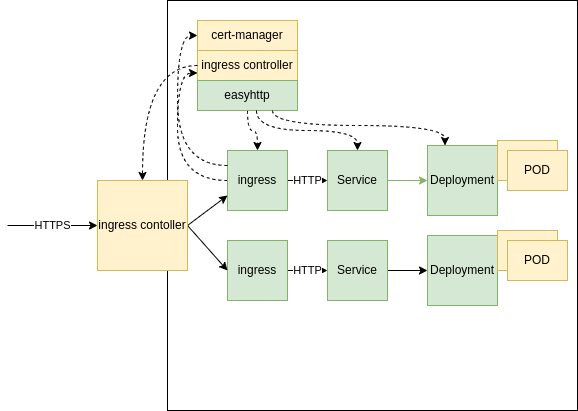
The draw.io diagram docs/easyhttp.png in akosbalogh005/easyhttp, before a commit. Source tidied: cells renumbered, new cells last; positions are measured from the earlier drawing's top-left corner, leaving out a move shared by most shapes.
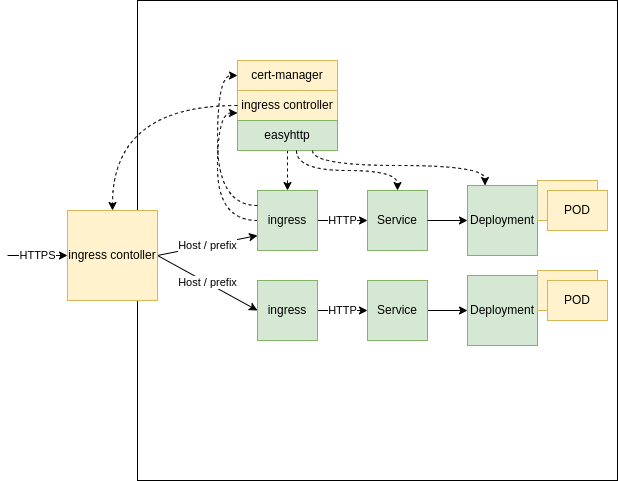
After the change.

Diff of the diagram source:
```diff
@@ -3,7 +3,7 @@
     <mxCell id="0" />
     <mxCell id="1" parent="0" />
     <mxCell id="2" style="whiteSpace=wrap;html=1;" parent="1" vertex="1">
-      <mxGeometry x="160" width="410" height="410" as="geometry" />
+      <mxGeometry x="90" y="-40" width="480" height="480" as="geometry" />
     </mxCell>
     <mxCell id="3" style="edgeStyle=orthogonalEdgeStyle;rounded=0;jettySize=auto;html=1;entryX=0;entryY=0.75;entryDx=0;entryDy=0;exitX=0;exitY=0.5;exitDx=0;exitDy=0;dashed=1;curved=1;" parent="1" edge="1" source="16" target="5">
       <mxGeometry relative="1" as="geometry" />
@@ -20,9 +20,6 @@
     <mxCell id="7" value="easyhttp" style="rounded=0;whiteSpace=wrap;html=1;fillColor=#d5e8d4;strokeColor=#82b366;" parent="1" vertex="1">
       <mxGeometry x="190" y="80" width="100" height="30" as="geometry" />
     </mxCell>
-    <mxCell id="8" style="edgeStyle=orthogonalEdgeStyle;rounded=0;jettySize=auto;html=1;entryX=0;entryY=0.5;entryDx=0;entryDy=0;fillColor=#d5e8d4;strokeColor=#82b366;" parent="1" edge="1" source="9" target="12">
-      <mxGeometry relative="1" as="geometry" />
-    </mxCell>
     <mxCell id="9" value="Service" style="whiteSpace=wrap;html=1;fillColor=#d5e8d4;strokeColor=#82b366;" parent="1" vertex="1">
       <mxGeometry x="320" y="150" width="60" height="60" as="geometry" />
     </mxCell>
@@ -45,13 +42,13 @@
       <mxGeometry relative="1" as="geometry" />
     </mxCell>
     <mxCell id="16" value="ingress" style="whiteSpace=wrap;html=1;fillColor=#d5e8d4;strokeColor=#82b366;" parent="1" vertex="1">
-      <mxGeometry x="220" y="150" width="60" height="60" as="geometry" />
+      <mxGeometry x="210" y="150" width="60" height="60" as="geometry" />
     </mxCell>
     <mxCell id="17" value="HTTP" style="edgeStyle=orthogonalEdgeStyle;rounded=0;jettySize=auto;html=1;exitX=1;exitY=0.5;exitDx=0;exitDy=0;entryX=0;entryY=0.5;entryDx=0;entryDy=0;" parent="1" edge="1" source="18" target="11">
       <mxGeometry relative="1" as="geometry" />
     </mxCell>
     <mxCell id="18" value="ingress" style="whiteSpace=wrap;html=1;fillColor=#d5e8d4;strokeColor=#82b366;" parent="1" vertex="1">
-      <mxGeometry x="220" y="240" width="60" height="60" as="geometry" />
+      <mxGeometry x="210" y="240" width="60" height="60" as="geometry" />
     </mxCell>
     <mxCell id="19" style="edgeStyle=orthogonalEdgeStyle;rounded=0;jettySize=auto;html=1;dashed=1;curved=1;exitX=0.59;exitY=1;exitDx=0;exitDy=0;exitPerimeter=0;" parent="1" edge="1" source="7" target="9">
       <mxGeometry relative="1" as="geometry" />
@@ -64,19 +61,19 @@
         </Array>
       </mxGeometry>
     </mxCell>
-    <mxCell id="21" style="rounded=0;jettySize=auto;html=1;entryX=0;entryY=0.75;entryDx=0;entryDy=0;exitX=1;exitY=0.5;exitDx=0;exitDy=0;" parent="1" edge="1" source="24" target="16">
+    <mxCell id="21" value="Host / prefix" style="rounded=0;jettySize=auto;html=1;entryX=0;entryY=0.75;entryDx=0;entryDy=0;exitX=1;exitY=0.5;exitDx=0;exitDy=0;" parent="1" edge="1" source="24" target="16">
       <mxGeometry relative="1" as="geometry" />
     </mxCell>
-    <mxCell id="22" style="rounded=0;jettySize=auto;html=1;exitX=1;exitY=0.5;exitDx=0;exitDy=0;entryX=0;entryY=0.5;entryDx=0;entryDy=0;" parent="1" edge="1" source="24" target="18">
+    <mxCell id="22" value="Host / prefix" style="rounded=0;jettySize=auto;html=1;exitX=1;exitY=0.5;exitDx=0;exitDy=0;entryX=0;entryY=0.5;entryDx=0;entryDy=0;" parent="1" edge="1" source="24" target="18">
       <mxGeometry relative="1" as="geometry" />
     </mxCell>
     <mxCell id="23" value="HTTPS" style="edgeStyle=orthogonalEdgeStyle;rounded=0;jettySize=auto;html=1;" parent="1" edge="1" target="24">
       <mxGeometry relative="1" as="geometry">
-        <mxPoint y="225" as="sourcePoint" />
+        <mxPoint x="-40" y="215" as="sourcePoint" />
       </mxGeometry>
     </mxCell>
     <mxCell id="24" value="ingress contoller" style="whiteSpace=wrap;html=1;fillColor=#fff2cc;strokeColor=#d6b656;" parent="1" vertex="1">
-      <mxGeometry x="90" y="180" width="90" height="90" as="geometry" />
+      <mxGeometry x="20" y="170" width="90" height="90" as="geometry" />
     </mxCell>
     <mxCell id="25" value="POD" style="rounded=0;whiteSpace=wrap;html=1;fillColor=#fff2cc;strokeColor=#d6b656;" parent="1" vertex="1">
       <mxGeometry x="490" y="140" width="60" height="40" as="geometry" />
@@ -93,5 +90,8 @@
     <mxCell id="29" style="edgeStyle=orthogonalEdgeStyle;rounded=0;jettySize=auto;html=1;entryX=0;entryY=0.5;entryDx=0;entryDy=0;exitX=0;exitY=0.25;exitDx=0;exitDy=0;dashed=1;curved=1;" parent="1" edge="1" source="16" target="4">
       <mxGeometry relative="1" as="geometry" />
     </mxCell>
+    <mxCell id="8" style="edgeStyle=orthogonalEdgeStyle;rounded=0;jettySize=auto;html=1;exitX=1;exitY=0.5;exitDx=0;exitDy=0;" parent="1" edge="1" source="9" target="12">
+      <mxGeometry relative="1" as="geometry" />
+    </mxCell>
   </root>
 </mxGraphModel>
```
